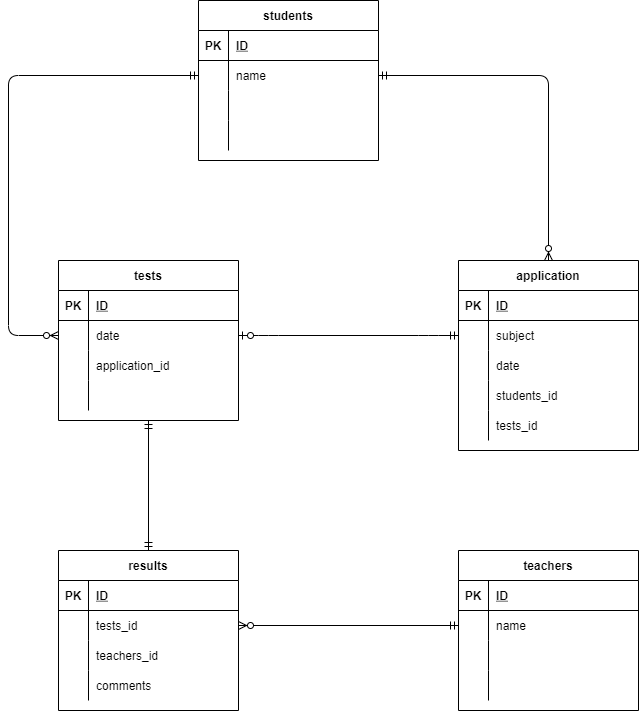
Earlier version of the draw.io export 20220203taniguchi.drawio.png (akira-tani/DB_excercise). Source tidied: cells renumbered, new cells last; positions are measured from the earlier drawing's top-left corner, leaving out a move shared by most shapes.
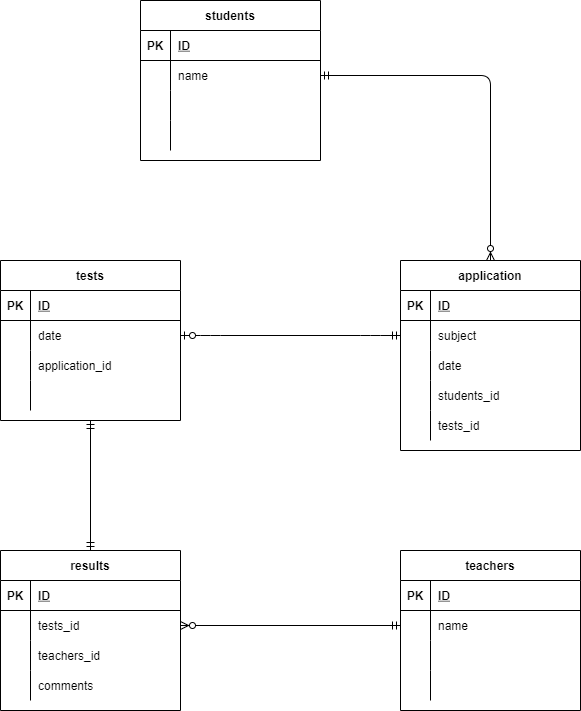
Later version of the same file.

Change to the diagram source:
```diff
@@ -209,14 +209,6 @@
     <mxCell id="70" style="edgeStyle=orthogonalEdgeStyle;fontSize=12;html=1;endArrow=ERzeroToMany;startArrow=ERmandOne;elbow=vertical;exitX=1;exitY=0.5;exitDx=0;exitDy=0;entryX=0.5;entryY=0;entryDx=0;entryDy=0;" parent="1" edge="1" source="6" target="54">
       <mxGeometry relative="1" as="geometry" />
     </mxCell>
-    <mxCell id="71" style="edgeStyle=orthogonalEdgeStyle;fontSize=12;html=1;endArrow=ERzeroToMany;startArrow=ERmandOne;elbow=vertical;exitX=0;exitY=0.5;exitDx=0;exitDy=0;entryX=0;entryY=0.5;entryDx=0;entryDy=0;" parent="1" edge="1" source="6" target="32">
-      <mxGeometry relative="1" as="geometry">
-        <Array as="points">
-          <mxPoint y="75" />
-          <mxPoint y="335" />
-        </Array>
-      </mxGeometry>
-    </mxCell>
     <mxCell id="72" style="fontSize=12;html=1;endArrow=ERmandOne;startArrow=ERmandOne;elbow=vertical;entryX=0.5;entryY=1;entryDx=0;entryDy=0;exitX=0.5;exitY=0;exitDx=0;exitDy=0;" parent="1" edge="1" source="41" target="28">
       <mxGeometry relative="1" as="geometry" />
     </mxCell>
```
